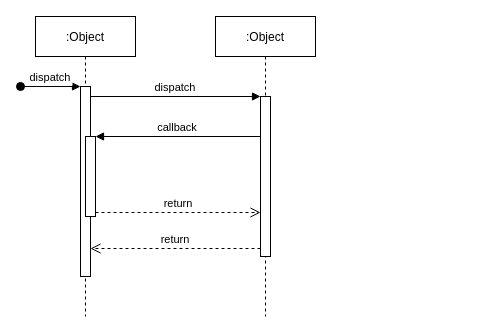
This is images/seq2.drawio from bobt2018/drow, a draw.io file, before an edit. Source tidied: cells renumbered, new cells numbered last; positions are measured from the earlier drawing's top-left corner, leaving out a move shared by most shapes. Both pictures are drawn from the tidied source at 100%, with x=0, y=0 at pixel (20, 16).
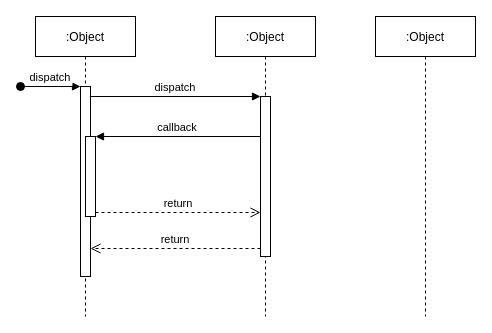
Above is the later version.

The edit, as a diff of the source:
```diff
@@
 <mxGraphModel>
   <root>
     <mxCell id="0" />
     <mxCell id="1" parent="0" />
     <mxCell id="2" value=":Object" style="shape=umlLifeline;perimeter=lifelinePerimeter;rounded=0;shadow=0;strokeWidth=1;" parent="1" vertex="1">
       <mxGeometry x="15" width="100" height="300" as="geometry" />
     </mxCell>
     <mxCell id="3" style="points=[];perimeter=orthogonalPerimeter;rounded=0;shadow=0;strokeWidth=1;" parent="2" vertex="1">
       <mxGeometry x="45" y="70" width="10" height="190" as="geometry" />
     </mxCell>
     <mxCell id="4" value="dispatch" style="verticalAlign=bottom;startArrow=oval;endArrow=block;startSize=8;shadow=0;strokeWidth=1;" parent="2" edge="1" target="3">
       <mxGeometry relative="1" as="geometry">
         <mxPoint x="-15" y="70" as="sourcePoint" />
       </mxGeometry>
     </mxCell>
     <mxCell id="5" style="points=[];perimeter=orthogonalPerimeter;rounded=0;shadow=0;strokeWidth=1;" parent="2" vertex="1">
       <mxGeometry x="50" y="120" width="10" height="80" as="geometry" />
     </mxCell>
     <mxCell id="6" value=":Object" style="shape=umlLifeline;perimeter=lifelinePerimeter;rounded=0;shadow=0;strokeWidth=1;" parent="1" vertex="1">
       <mxGeometry x="195" width="100" height="300" as="geometry" />
     </mxCell>
     <mxCell id="7" style="points=[];perimeter=orthogonalPerimeter;rounded=0;shadow=0;strokeWidth=1;" parent="6" vertex="1">
       <mxGeometry x="45" y="80" width="10" height="160" as="geometry" />
     </mxCell>
     <mxCell id="8" value="return" style="verticalAlign=bottom;endArrow=open;dashed=1;endSize=8;exitX=0;exitY=0.95;shadow=0;strokeWidth=1;" parent="1" edge="1" source="7" target="3">
       <mxGeometry relative="1" as="geometry" />
     </mxCell>
     <mxCell id="9" value="dispatch" style="verticalAlign=bottom;endArrow=block;entryX=0;entryY=0;shadow=0;strokeWidth=1;" parent="1" edge="1" source="3" target="7">
       <mxGeometry relative="1" as="geometry" />
     </mxCell>
     <mxCell id="10" value="callback" style="verticalAlign=bottom;endArrow=block;entryX=1;entryY=0;shadow=0;strokeWidth=1;" parent="1" edge="1" source="7" target="5">
       <mxGeometry relative="1" as="geometry" />
     </mxCell>
     <mxCell id="11" value="return" style="verticalAlign=bottom;endArrow=open;dashed=1;endSize=8;exitX=1;exitY=0.95;shadow=0;strokeWidth=1;" parent="1" edge="1" source="5" target="7">
       <mxGeometry relative="1" as="geometry" />
     </mxCell>
+    <mxCell id="12" value=":Object" style="shape=umlLifeline;perimeter=lifelinePerimeter;rounded=0;shadow=0;strokeWidth=1;" parent="1" vertex="1">
+      <mxGeometry x="355" width="100" height="300" as="geometry" />
+    </mxCell>
   </root>
 </mxGraphModel>
```
